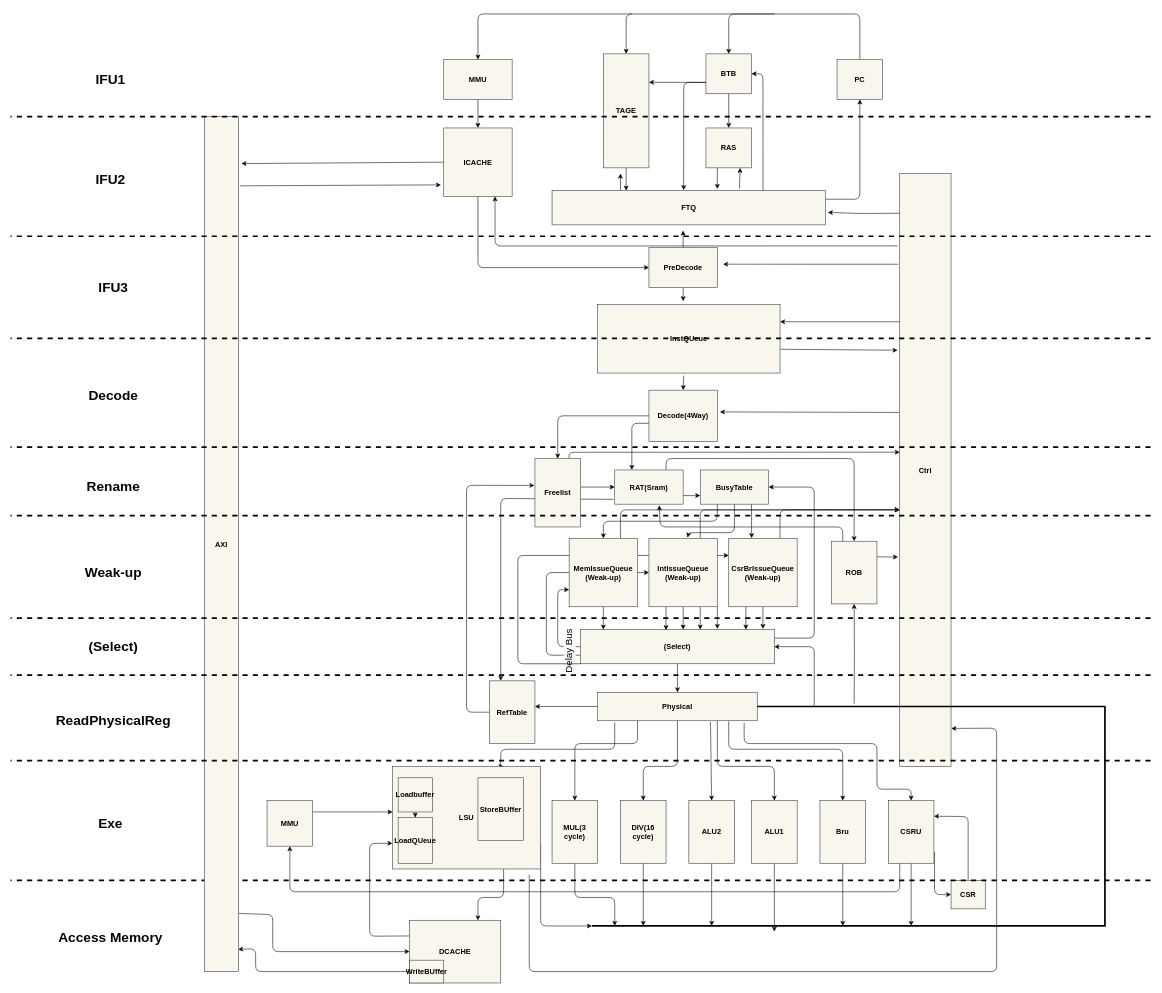
The draw.io diagram doc/picture/Arch.dio in xunqianxun/LongArch-liguoqi-CPU, before the edit. Source tidied: cells renumbered, new cells numbered last; positions are measured from the earlier drawing's top-left corner, leaving out a move shared by most shapes. Both pictures are drawn from the tidied source at 57%, with x=0, y=0 at pixel (10, 14).
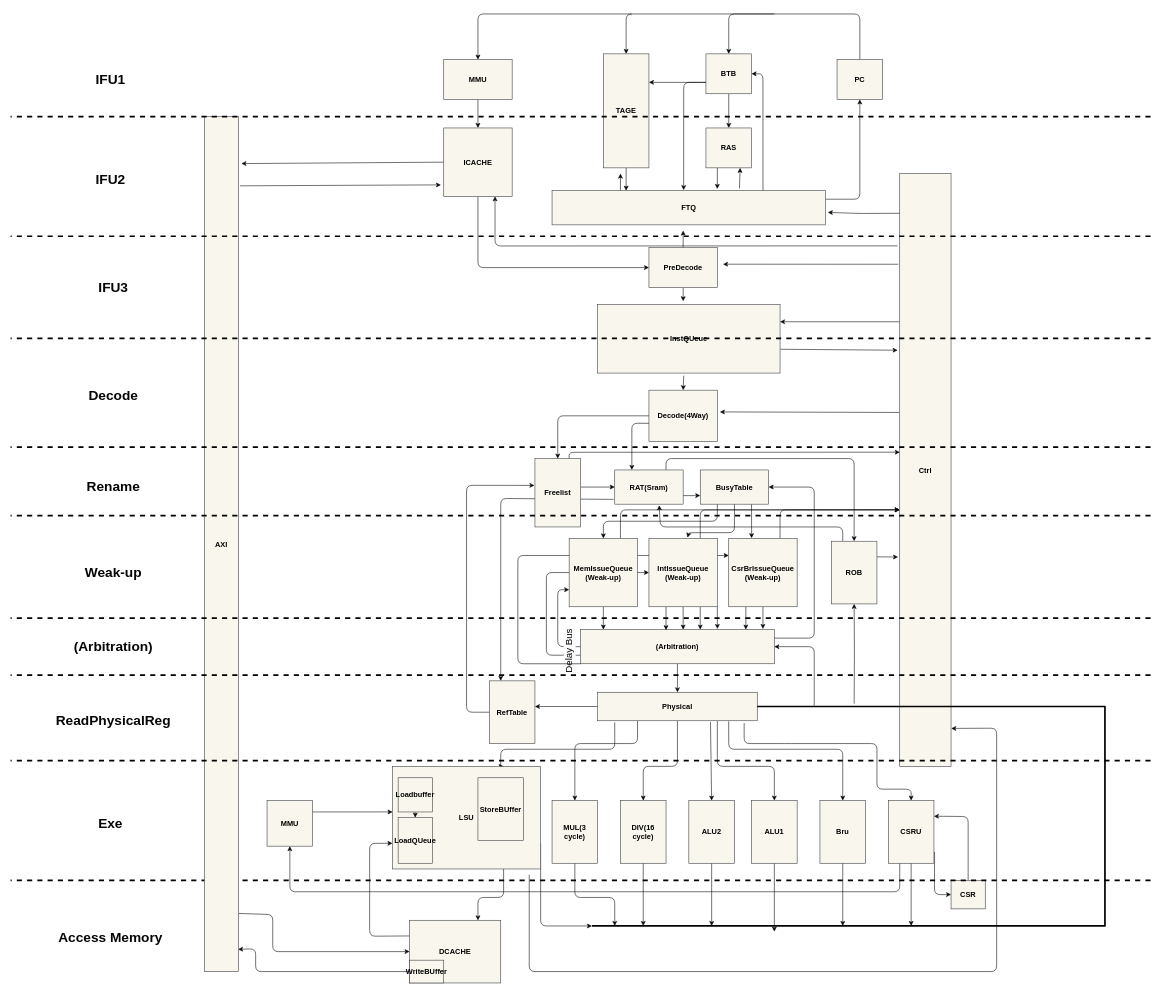
After the change.

Diff of the diagram source:
```diff
@@
-    <mxCell id="43" value="&lt;b style=&quot;color: rgb(0, 0, 0); font-size: 13px;&quot;&gt;(Select)&lt;/b&gt;" style="whiteSpace=wrap;html=1;fillColor=#f9f7ed;strokeColor=#36393d;" parent="1" vertex="1">
+    <mxCell id="43" value="&lt;b style=&quot;color: rgb(0, 0, 0); font-size: 13px;&quot;&gt;(A&lt;/b&gt;&lt;font color=&quot;#000000&quot;&gt;&lt;span style=&quot;font-size: 13px;&quot;&gt;&lt;b&gt;rbitration)&lt;/b&gt;&lt;/span&gt;&lt;/font&gt;" style="whiteSpace=wrap;html=1;fillColor=#f9f7ed;strokeColor=#36393d;" parent="1" vertex="1">
       <mxGeometry x="1000" y="1080" width="340" height="60" as="geometry" />
     </mxCell>
@@
-    <mxCell id="134" value="&lt;span style=&quot;font-size: 24px;&quot;&gt;&lt;b&gt;(Select)&lt;/b&gt;&lt;/span&gt;" style="text;html=1;align=center;verticalAlign=middle;strokeColor=none;fillColor=none;fontSize=17;fontColor=#050505;strokeWidth=0;" parent="1" vertex="1">
-      <mxGeometry x="125" y="1090" width="110" height="40" as="geometry" />
+    <mxCell id="134" value="&lt;b style=&quot;font-size: 24px;&quot;&gt;(A&lt;/b&gt;&lt;span style=&quot;font-size: 24px;&quot;&gt;&lt;b&gt;rbitration&lt;/b&gt;&lt;/span&gt;&lt;b style=&quot;font-size: 24px;&quot;&gt;)&lt;/b&gt;" style="text;html=1;align=center;verticalAlign=middle;strokeColor=none;fillColor=none;fontSize=17;fontColor=#050505;strokeWidth=0;" parent="1" vertex="1">
+      <mxGeometry x="100" y="1090" width="160" height="40" as="geometry" />
     </mxCell>
```
